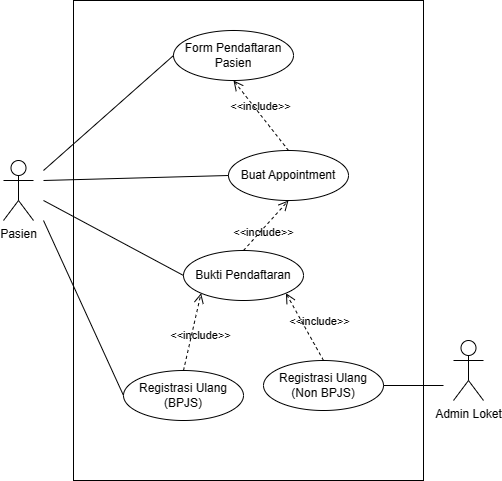
The draw.io diagram DiagramSistemPendaftaranPasien-usecase.drawio.png in dwirahmadita/SistemPendafatranPasien, before a commit. Source tidied: cells renumbered, new cells last; positions are measured from the earlier drawing's top-left corner, leaving out a move shared by most shapes. Source of this version:
```xml
<mxGraphModel>
  <root>
    <mxCell id="0" />
    <mxCell id="1" parent="0" />
    <mxCell id="2" value="Pasien" style="shape=umlActor;verticalLabelPosition=bottom;verticalAlign=top;html=1;" parent="1" vertex="1">
      <mxGeometry y="160" width="30" height="60" as="geometry" />
    </mxCell>
    <mxCell id="3" value="Admin Loket" style="shape=umlActor;verticalLabelPosition=bottom;verticalAlign=top;html=1;" parent="1" vertex="1">
      <mxGeometry x="450" y="340" width="30" height="60" as="geometry" />
    </mxCell>
    <mxCell id="4" style="rounded=0;whiteSpace=wrap;html=1;" parent="1" vertex="1">
      <mxGeometry x="70" width="350" height="480" as="geometry" />
    </mxCell>
    <mxCell id="5" value="Form Pendaftaran Pasien" style="ellipse;whiteSpace=wrap;html=1;" parent="1" vertex="1">
      <mxGeometry x="170" y="30" width="120" height="50" as="geometry" />
    </mxCell>
    <mxCell id="6" value="Buat Appointment" style="ellipse;whiteSpace=wrap;html=1;" parent="1" vertex="1">
      <mxGeometry x="225" y="150" width="120" height="50" as="geometry" />
    </mxCell>
    <mxCell id="7" value="Bukti Pendaftaran" style="ellipse;whiteSpace=wrap;html=1;" parent="1" vertex="1">
      <mxGeometry x="180" y="250" width="120" height="50" as="geometry" />
    </mxCell>
    <mxCell id="8" value="Registrasi Ulang &lt;br&gt;(Non BPJS)" style="ellipse;whiteSpace=wrap;html=1;" parent="1" vertex="1">
      <mxGeometry x="260" y="360" width="120" height="50" as="geometry" />
    </mxCell>
    <mxCell id="9" style="endArrow=none;html=1;rounded=0;entryX=0;entryY=0.5;entryDx=0;entryDy=0;" parent="1" edge="1" target="5">
      <mxGeometry relative="1" as="geometry">
        <mxPoint x="40" y="170" as="sourcePoint" />
      </mxGeometry>
    </mxCell>
    <mxCell id="10" style="endArrow=none;html=1;rounded=0;entryX=0;entryY=0.5;entryDx=0;entryDy=0;" parent="1" edge="1" target="6">
      <mxGeometry relative="1" as="geometry">
        <mxPoint x="40" y="180" as="sourcePoint" />
      </mxGeometry>
    </mxCell>
    <mxCell id="11" style="endArrow=none;html=1;rounded=0;entryX=0;entryY=0.5;entryDx=0;entryDy=0;" parent="1" edge="1" target="7">
      <mxGeometry relative="1" as="geometry">
        <mxPoint x="40" y="200" as="sourcePoint" />
      </mxGeometry>
    </mxCell>
    <mxCell id="12" style="endArrow=none;html=1;rounded=0;exitX=1;exitY=0.5;exitDx=0;exitDy=0;" parent="1" edge="1" source="8">
      <mxGeometry relative="1" as="geometry">
        <mxPoint x="440" y="385" as="targetPoint" />
      </mxGeometry>
    </mxCell>
    <mxCell id="13" value="&amp;lt;&amp;lt;include&amp;gt;&amp;gt;" style="endArrow=open;startArrow=none;endFill=0;startFill=0;endSize=8;html=1;verticalAlign=bottom;dashed=1;labelBackgroundColor=none;rounded=0;entryX=0.5;entryY=1;entryDx=0;entryDy=0;exitX=0.5;exitY=0;exitDx=0;exitDy=0;" parent="1" edge="1" source="6" target="5">
      <mxGeometry relative="1" as="geometry" />
    </mxCell>
    <mxCell id="14" value="&amp;lt;&amp;lt;include&amp;gt;&amp;gt;" style="endArrow=open;startArrow=none;endFill=0;startFill=0;endSize=8;html=1;verticalAlign=bottom;dashed=1;labelBackgroundColor=none;rounded=0;exitX=0.5;exitY=0;exitDx=0;exitDy=0;entryX=0.5;entryY=1;entryDx=0;entryDy=0;" parent="1" edge="1" source="7" target="6">
      <mxGeometry x="-0.39" y="-9" relative="1" as="geometry" />
    </mxCell>
    <mxCell id="15" value="&amp;lt;&amp;lt;include&amp;gt;&amp;gt;" style="endArrow=open;startArrow=none;endFill=0;startFill=0;endSize=8;html=1;verticalAlign=bottom;dashed=1;labelBackgroundColor=none;rounded=0;exitX=0.5;exitY=0;exitDx=0;exitDy=0;entryX=1;entryY=1;entryDx=0;entryDy=0;" parent="1" edge="1" source="8" target="7">
      <mxGeometry x="-0.28" y="-11" relative="1" as="geometry" />
    </mxCell>
    <mxCell id="16" style="endArrow=none;html=1;rounded=0;exitX=0;exitY=0.5;exitDx=0;exitDy=0;" parent="1" edge="1" source="17">
      <mxGeometry relative="1" as="geometry">
        <mxPoint x="40" y="220" as="targetPoint" />
      </mxGeometry>
    </mxCell>
    <mxCell id="17" value="Registrasi Ulang (BPJS)" style="ellipse;whiteSpace=wrap;html=1;" parent="1" vertex="1">
      <mxGeometry x="120" y="370" width="120" height="50" as="geometry" />
    </mxCell>
    <mxCell id="18" value="&amp;lt;&amp;lt;include&amp;gt;&amp;gt;" style="endArrow=open;startArrow=none;endFill=0;startFill=0;endSize=8;html=1;verticalAlign=bottom;dashed=1;labelBackgroundColor=none;rounded=0;exitX=0.5;exitY=0;exitDx=0;exitDy=0;entryX=0;entryY=1;entryDx=0;entryDy=0;" parent="1" edge="1" source="17" target="7">
      <mxGeometry x="-0.28" y="-11" relative="1" as="geometry" />
    </mxCell>
  </root>
</mxGraphModel>
```
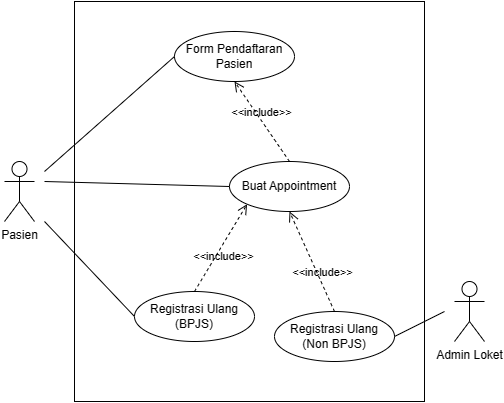
Later version of the same file.

Diff of the diagram source:
```diff
@@ -6,22 +6,19 @@
       <mxGeometry y="160" width="30" height="60" as="geometry" />
     </mxCell>
     <mxCell id="3" value="Admin Loket" style="shape=umlActor;verticalLabelPosition=bottom;verticalAlign=top;html=1;" parent="1" vertex="1">
-      <mxGeometry x="450" y="340" width="30" height="60" as="geometry" />
+      <mxGeometry x="450" y="280" width="30" height="60" as="geometry" />
     </mxCell>
     <mxCell id="4" style="rounded=0;whiteSpace=wrap;html=1;" parent="1" vertex="1">
-      <mxGeometry x="70" width="350" height="480" as="geometry" />
+      <mxGeometry x="70" width="350" height="400" as="geometry" />
     </mxCell>
     <mxCell id="5" value="Form Pendaftaran Pasien" style="ellipse;whiteSpace=wrap;html=1;" parent="1" vertex="1">
       <mxGeometry x="170" y="30" width="120" height="50" as="geometry" />
     </mxCell>
     <mxCell id="6" value="Buat Appointment" style="ellipse;whiteSpace=wrap;html=1;" parent="1" vertex="1">
-      <mxGeometry x="225" y="150" width="120" height="50" as="geometry" />
+      <mxGeometry x="225" y="160" width="120" height="50" as="geometry" />
     </mxCell>
-    <mxCell id="7" value="Bukti Pendaftaran" style="ellipse;whiteSpace=wrap;html=1;" parent="1" vertex="1">
-      <mxGeometry x="180" y="250" width="120" height="50" as="geometry" />
-    </mxCell>
     <mxCell id="8" value="Registrasi Ulang &lt;br&gt;(Non BPJS)" style="ellipse;whiteSpace=wrap;html=1;" parent="1" vertex="1">
-      <mxGeometry x="260" y="360" width="120" height="50" as="geometry" />
+      <mxGeometry x="270" y="310" width="120" height="50" as="geometry" />
     </mxCell>
     <mxCell id="9" style="endArrow=none;html=1;rounded=0;entryX=0;entryY=0.5;entryDx=0;entryDy=0;" parent="1" edge="1" target="5">
       <mxGeometry relative="1" as="geometry">
@@ -33,24 +30,16 @@
         <mxPoint x="40" y="180" as="sourcePoint" />
       </mxGeometry>
     </mxCell>
-    <mxCell id="11" style="endArrow=none;html=1;rounded=0;entryX=0;entryY=0.5;entryDx=0;entryDy=0;" parent="1" edge="1" target="7">
-      <mxGeometry relative="1" as="geometry">
-        <mxPoint x="40" y="200" as="sourcePoint" />
-      </mxGeometry>
-    </mxCell>
     <mxCell id="12" style="endArrow=none;html=1;rounded=0;exitX=1;exitY=0.5;exitDx=0;exitDy=0;" parent="1" edge="1" source="8">
       <mxGeometry relative="1" as="geometry">
-        <mxPoint x="440" y="385" as="targetPoint" />
+        <mxPoint x="440" y="310" as="targetPoint" />
       </mxGeometry>
     </mxCell>
     <mxCell id="13" value="&amp;lt;&amp;lt;include&amp;gt;&amp;gt;" style="endArrow=open;startArrow=none;endFill=0;startFill=0;endSize=8;html=1;verticalAlign=bottom;dashed=1;labelBackgroundColor=none;rounded=0;entryX=0.5;entryY=1;entryDx=0;entryDy=0;exitX=0.5;exitY=0;exitDx=0;exitDy=0;" parent="1" edge="1" source="6" target="5">
       <mxGeometry relative="1" as="geometry" />
     </mxCell>
-    <mxCell id="14" value="&amp;lt;&amp;lt;include&amp;gt;&amp;gt;" style="endArrow=open;startArrow=none;endFill=0;startFill=0;endSize=8;html=1;verticalAlign=bottom;dashed=1;labelBackgroundColor=none;rounded=0;exitX=0.5;exitY=0;exitDx=0;exitDy=0;entryX=0.5;entryY=1;entryDx=0;entryDy=0;" parent="1" edge="1" source="7" target="6">
-      <mxGeometry x="-0.39" y="-9" relative="1" as="geometry" />
-    </mxCell>
-    <mxCell id="15" value="&amp;lt;&amp;lt;include&amp;gt;&amp;gt;" style="endArrow=open;startArrow=none;endFill=0;startFill=0;endSize=8;html=1;verticalAlign=bottom;dashed=1;labelBackgroundColor=none;rounded=0;exitX=0.5;exitY=0;exitDx=0;exitDy=0;entryX=1;entryY=1;entryDx=0;entryDy=0;" parent="1" edge="1" source="8" target="7">
-      <mxGeometry x="-0.28" y="-11" relative="1" as="geometry" />
+    <mxCell id="15" value="&amp;lt;&amp;lt;include&amp;gt;&amp;gt;" style="endArrow=open;startArrow=none;endFill=0;startFill=0;endSize=8;html=1;verticalAlign=bottom;dashed=1;labelBackgroundColor=none;rounded=0;exitX=0.5;exitY=0;exitDx=0;exitDy=0;entryX=0.5;entryY=1;entryDx=0;entryDy=0;" parent="1" edge="1" source="8" target="6">
+      <mxGeometry x="-0.42" y="-1" relative="1" as="geometry" />
     </mxCell>
     <mxCell id="16" style="endArrow=none;html=1;rounded=0;exitX=0;exitY=0.5;exitDx=0;exitDy=0;" parent="1" edge="1" source="17">
       <mxGeometry relative="1" as="geometry">
@@ -58,9 +47,9 @@
       </mxGeometry>
     </mxCell>
     <mxCell id="17" value="Registrasi Ulang (BPJS)" style="ellipse;whiteSpace=wrap;html=1;" parent="1" vertex="1">
-      <mxGeometry x="120" y="370" width="120" height="50" as="geometry" />
+      <mxGeometry x="130" y="290" width="120" height="50" as="geometry" />
     </mxCell>
-    <mxCell id="18" value="&amp;lt;&amp;lt;include&amp;gt;&amp;gt;" style="endArrow=open;startArrow=none;endFill=0;startFill=0;endSize=8;html=1;verticalAlign=bottom;dashed=1;labelBackgroundColor=none;rounded=0;exitX=0.5;exitY=0;exitDx=0;exitDy=0;entryX=0;entryY=1;entryDx=0;entryDy=0;" parent="1" edge="1" source="17" target="7">
+    <mxCell id="18" value="&amp;lt;&amp;lt;include&amp;gt;&amp;gt;" style="endArrow=open;startArrow=none;endFill=0;startFill=0;endSize=8;html=1;verticalAlign=bottom;dashed=1;labelBackgroundColor=none;rounded=0;exitX=0.5;exitY=0;exitDx=0;exitDy=0;entryX=0;entryY=1;entryDx=0;entryDy=0;" parent="1" edge="1" source="17" target="6">
       <mxGeometry x="-0.28" y="-11" relative="1" as="geometry" />
     </mxCell>
   </root>
```
